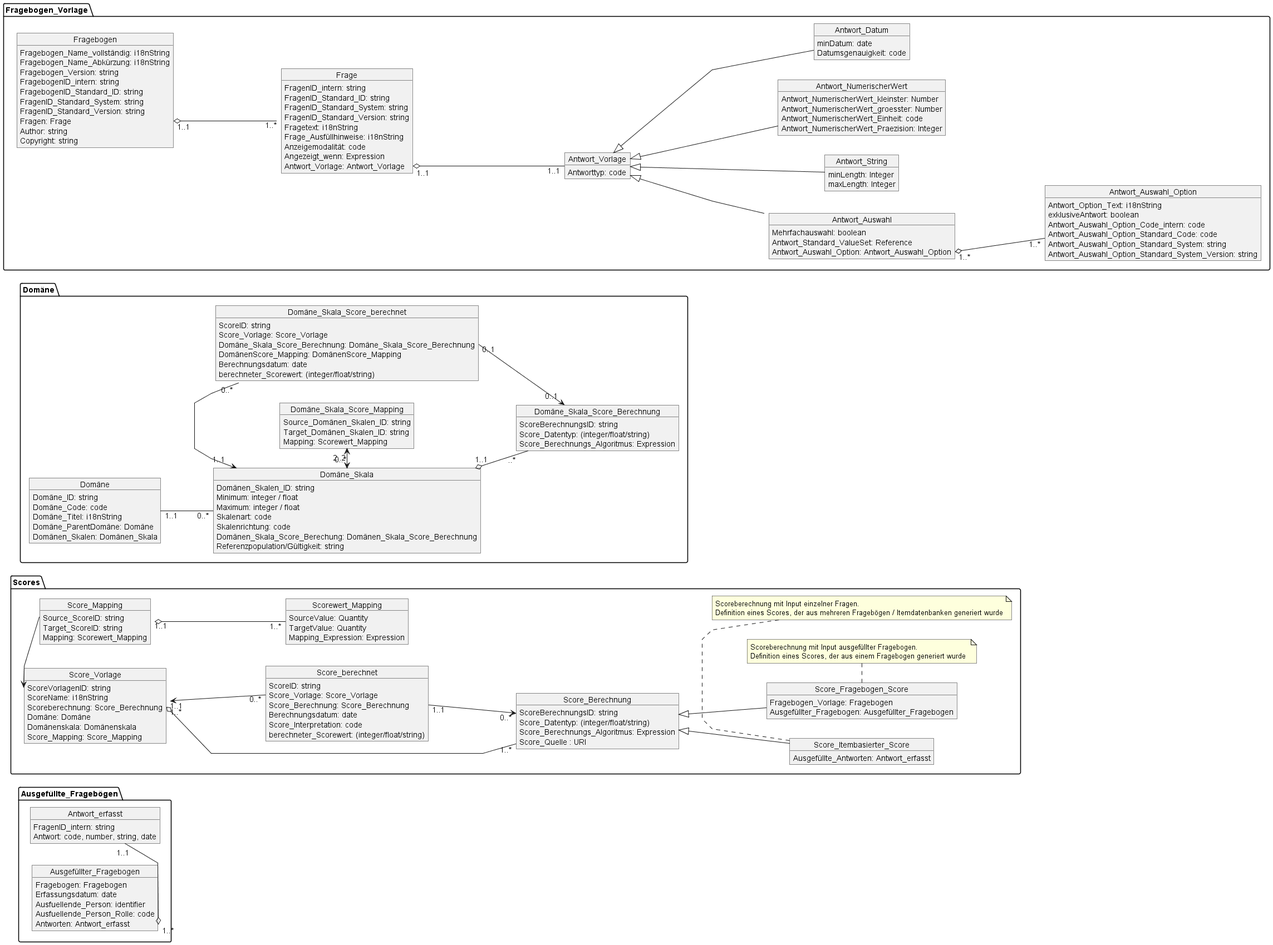
medizininformatik-initiative/kerndatensatzmodul-proms keeps this PlantUML diagram as out/input/Images/Logical_Model_UML_complete/MII_PROMs_Informationsmodell_Complete.png. Above is the earlier version. The source it was exported from:
```plantuml
@startuml MII_PROMs_Informationsmodell_Complete
skinparam linetype ortho
skinparam linetype polyline
left to right direction




package Fragebogen_Vorlage {
    object Fragebogen {
        Fragebogen_Name_vollständig: i18nString
        Fragebogen_Name_Abkürzung: i18nString
        Fragebogen_Version: string
        FragebogenID_intern: string
        FragebogenID_Standard_ID: string
        FragenID_Standard_System: string
        FragenID_Standard_Version: string
        Fragen: Frage
        Author: string

        Copyright: string


    }
    object Frage{

        FragenID_intern: string
        FragenID_Standard_ID: string
        FragenID_Standard_System: string
        FragenID_Standard_Version: string
        Fragetext: i18nString
        Frage_Ausfüllhinweise: i18nString
        Anzeigemodalität: code
        Angezeigt_wenn: Expression
        Antwort_Vorlage: Antwort_Vorlage

    }



    Fragebogen::Frage "1..1" o-down- "1..*" Frage

    object Antwort_Vorlage {
        Antworttyp: code
    }
    Frage::Antwort_Vorlage "1..1"  o-down- "1..1" Antwort_Vorlage

    object Antwort_Auswahl {
        Mehrfachauswahl: boolean
        Antwort_Standard_ValueSet: Reference
        Antwort_Auswahl_Option: Antwort_Auswahl_Option
    }

    object Antwort_String {
        minLength: Integer
        maxLength: Integer
    }
    Antwort_Vorlage <|-down- Antwort_String


    object Antwort_NumerischerWert {
        Antwort_NumerischerWert_kleinster: Number
        Antwort_NumerischerWert_groesster: Number
        Antwort_NumerischerWert_Einheit: code
        Antwort_NumerischerWert_Praezision: Integer

    }
    Antwort_Vorlage <|-down- Antwort_NumerischerWert


    object Antwort_Datum {
        minDatum: date
        Datumsgenauigkeit: code
    }
    Antwort_Vorlage <|-down- Antwort_Datum

    object Antwort_Auswahl_Option {
        Antwort_Option_Text: i18nString
        exklusiveAntwort: boolean
        Antwort_Auswahl_Option_Code_intern: code
        Antwort_Auswahl_Option_Standard_Code: code
        Antwort_Auswahl_Option_Standard_System: string
        Antwort_Auswahl_Option_Standard_System_Version: string

    }

    Antwort_Vorlage  <|-down-  Antwort_Auswahl
    Antwort_Auswahl::Antwort_Auswahl_Option "1..*" o-down- "1..*" Antwort_Auswahl_Option


}
package Ausgefüllte_Fragebögen {
    object Ausgefüllter_Fragebogen {
        Fragebogen: Fragebogen
        Erfassungsdatum: date
        Ausfuellende_Person: identifier
        Ausfuellende_Person_Rolle: code
        Antworten: Antwort_erfasst
    }
    object Antwort_erfasst {
        FragenID_intern: string
        Antwort: code, number, string, date

    }
    Ausgefüllter_Fragebogen::Antworten "1..1" o-right- "1..*" Antwort_erfasst
}
package Scores {
    object Score_Vorlage {
        ScoreVorlagenID: string
        ScoreName: i18nString
        Scoreberechnung: Score_Berechnung
        Domäne: Domäne
        Domänenskala: Domänenskala
        Score_Mapping: Score_Mapping
    }
    object Score_berechnet {
        ScoreID: string
        Score_Vorlage: Score_Vorlage
        Score_Berechnung: Score_Berechnung
        Berechnungsdatum: date
        Score_Interpretation: code
        berechneter_Scorewert: (integer/float/string)
    }

    object Score_Berechnung {
        ScoreBerechnungsID: string
        Score_Datentyp: (integer/float/string)
        Score_Berechnungs_Algoritmus: Expression
        Score_Quelle : URI

    }
    Score_Vorlage::Scoreberechnung "1..*" o-- "1..*" Score_Berechnung
    Score_Vorlage "1..1" <-- "0..*" Score_berechnet::Score_Vorlage
    Score_berechnet::Score_Berechnung "1..1" --> "0..*" Score_Berechnung


    object Score_Fragebogen_Score {
        Fragebogen_Vorlage: Fragebogen
        Ausgefüllter_Fragebogen: Ausgefüllter_Fragebogen
    }
    note bottom of Score_Fragebogen_Score
        Scoreberechnung mit Input ausgefüllter Fragebogen.
        Definition eines Scores, der aus einem Fragebogen generiert wurde
    end note
      Score_Berechnung <|-- Score_Fragebogen_Score

    object Score_Itembasierter_Score {
        Ausgefüllte_Antworten: Antwort_erfasst
    }
    Score_Berechnung <|-- Score_Itembasierter_Score

    note bottom of Score_Itembasierter_Score
        Scoreberechnung mit Input einzelner Fragen.
        Definition eines Scores, der aus mehreren Fragebögen / Itemdatenbanken generiert wurde
    end note

    object Score_Mapping {
        Source_ScoreID: string
        Target_ScoreID: string
        Mapping: Scorewert_Mapping
    }
    Score_Mapping::Source_ScoreID -left--> Score_Vorlage::ScoreVorlagenID

    object Scorewert_Mapping {
        SourceValue: Quantity
        TargetValue: Quantity
        Mapping_Expression: Expression
    }
    Score_Mapping "1..1" o-- "1..*" Scorewert_Mapping
}
package Domäne {
    object Domäne {
        Domäne_ID: string
        Domäne_Code: code
        Domäne_Titel: i18nString
        Domäne_ParentDomäne: Domäne
        Domänen_Skalen: Domänen_Skala
    }
    object Domäne_Skala {
        Domänen_Skalen_ID: string
        Minimum: integer / float
        Maximum: integer / float
        Skalenart: code
        Skalenrichtung: code
        Domänen_Skala_Score_Berechung: Domänen_Skala_Score_Berechnung
        Referenzpopulation/Gültigkeit: string
    }

    object Domäne_Skala_Score_berechnet {
        ScoreID: string
        Score_Vorlage: Score_Vorlage
        Domäne_Skala_Score_Berechnung: Domäne_Skala_Score_Berechnung
        DomänenScore_Mapping: DomänenScore_Mapping
        Berechnungsdatum: date
        berechneter_Scorewert: (integer/float/string)
    }
    object Domäne_Skala_Score_Berechnung {
        ScoreBerechnungsID: string
        Score_Datentyp: (integer/float/string)
        Score_Berechnungs_Algoritmus: Expression
    }

    object Domäne_Skala_Score_Mapping {
        Source_Domänen_Skalen_ID: string
        Target_Domänen_Skalen_ID: string
        Mapping: Scorewert_Mapping
    }
Domäne "1..1" -down- "0..*" Domäne_Skala
Domäne_Skala "1..1" <-right- "0..*" Domäne_Skala_Score_berechnet
Domäne_Skala "0..*" <-right-> "2..2" Domäne_Skala_Score_Mapping
Domäne_Skala "1..1" o-right- "..*" Domäne_Skala_Score_Berechnung
Domäne_Skala_Score_berechnet::Domäne_Skala_Score_Berechnung "0..1" --> "0..1"  Domäne_Skala_Score_Berechnung
}

@enduml
```
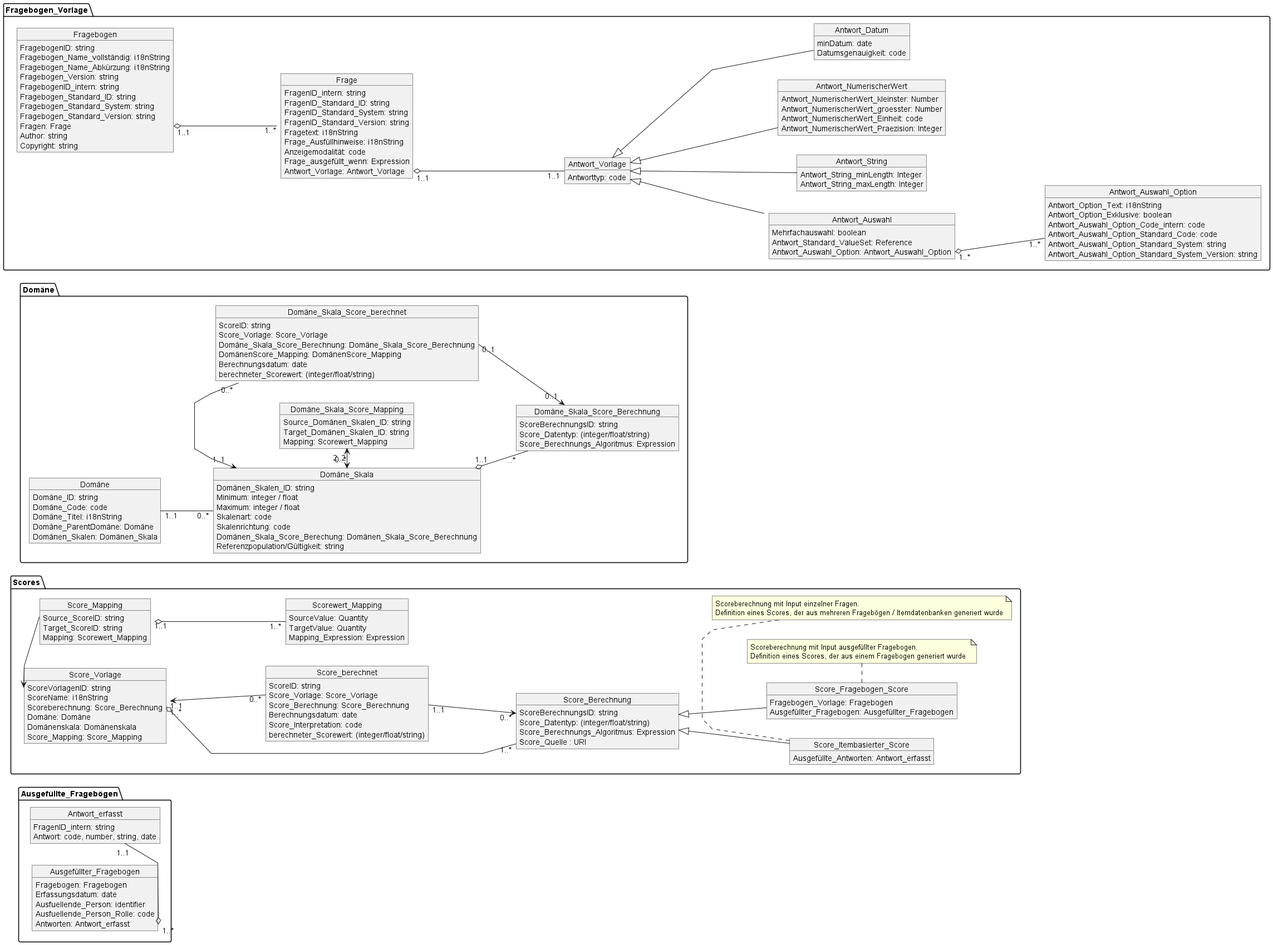
The same file after the commit.

Commit message:
corrected complete image pu-file and exported images as png and svg

What changed in the source:
```diff
@@ -6,15 +6,18 @@
 
 
 
+
+
 package Fragebogen_Vorlage {
     object Fragebogen {
+        FragebogenID: string
         Fragebogen_Name_vollständig: i18nString
         Fragebogen_Name_Abkürzung: i18nString
         Fragebogen_Version: string
         FragebogenID_intern: string
-        FragebogenID_Standard_ID: string
-        FragenID_Standard_System: string
-        FragenID_Standard_Version: string
+        Fragebogen_Standard_ID: string
+        Fragebogen_Standard_System: string
+        Fragebogen_Standard_Version: string
         Fragen: Frage
         Author: string
 
@@ -31,7 +34,7 @@
         Fragetext: i18nString
         Frage_Ausfüllhinweise: i18nString
         Anzeigemodalität: code
-        Angezeigt_wenn: Expression
+        Frage_ausgefüllt_wenn: Expression
         Antwort_Vorlage: Antwort_Vorlage
 
     }
@@ -52,8 +55,8 @@
     }
 
     object Antwort_String {
-        minLength: Integer
-        maxLength: Integer
+        Antwort_String_minLength: Integer
+        Antwort_String_maxLength: Integer
     }
     Antwort_Vorlage <|-down- Antwort_String
 
@@ -76,7 +79,7 @@
 
     object Antwort_Auswahl_Option {
         Antwort_Option_Text: i18nString
-        exklusiveAntwort: boolean
+        Antwort_Option_Exklusive: boolean
         Antwort_Auswahl_Option_Code_intern: code
         Antwort_Auswahl_Option_Standard_Code: code
         Antwort_Auswahl_Option_Standard_System: string
```
